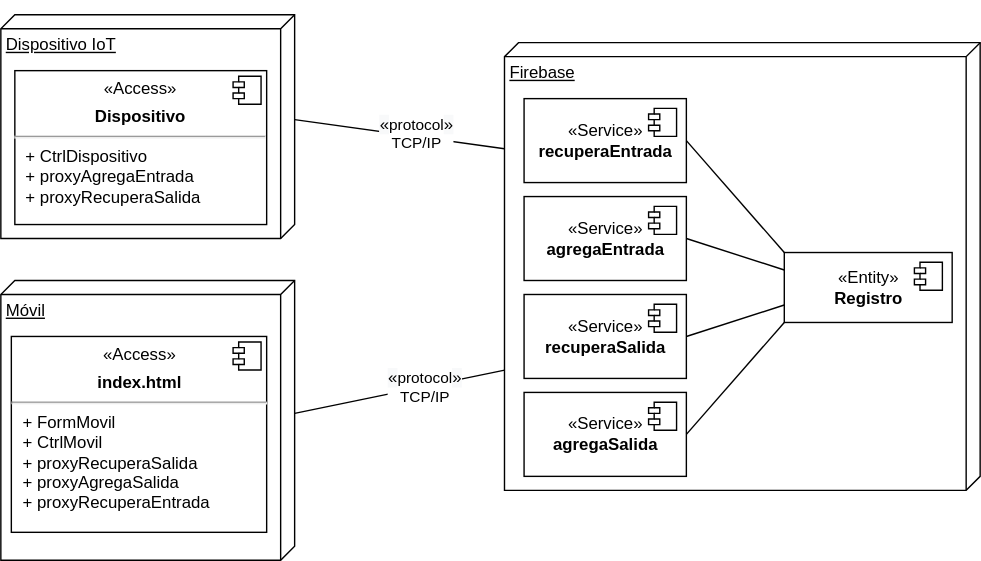
Earlier version of the draw.io export f_iot/img/despliegue_iot.svg (gilpgdm/gilpgdm.github.io). Source tidied: cells renumbered, new cells last; positions are measured from the earlier drawing's top-left corner, leaving out a move shared by most shapes.
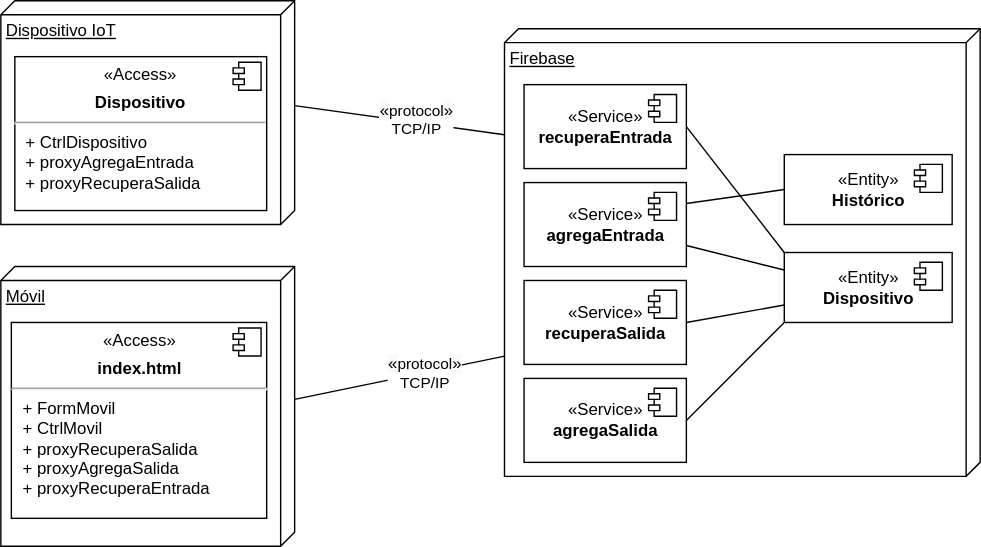
After the change.

What changed in the source:
```diff
@@ -44,17 +44,14 @@
         <mxPoint x="-24" y="4" as="offset" />
       </mxGeometry>
     </mxCell>
-    <mxCell id="14" style="group;" parent="1" vertex="1">
-      <mxGeometry x="360" width="340" height="390" as="geometry" />
-    </mxCell>
-    <mxCell id="15" style="edgeStyle=orthogonalEdgeStyle;rounded=0;orthogonalLoop=1;jettySize=auto;html=1;exitX=0.5;exitY=1;exitDx=0;exitDy=0;" parent="14" edge="1">
-      <mxGeometry relative="1" as="geometry">
-        <mxPoint x="72" y="380" as="sourcePoint" />
-        <mxPoint x="72" y="380" as="targetPoint" />
+    <mxCell id="15" style="edgeStyle=orthogonalEdgeStyle;rounded=0;orthogonalLoop=1;jettySize=auto;html=1;exitX=0.5;exitY=1;exitDx=0;exitDy=0;" parent="1" edge="1">
+      <mxGeometry x="380" as="geometry">
+        <mxPoint x="432" y="380" as="sourcePoint" />
+        <mxPoint x="432" y="380" as="targetPoint" />
       </mxGeometry>
     </mxCell>
-    <mxCell id="16" style="group;" parent="14" vertex="1">
-      <mxGeometry y="30" width="340" height="320" as="geometry" />
+    <mxCell id="16" style="group;" parent="1" vertex="1">
+      <mxGeometry x="360" y="30" width="340" height="320" as="geometry" />
     </mxCell>
     <mxCell id="17" value="Firebase" style="verticalAlign=top;align=left;spacingTop=8;spacingLeft=2;spacingRight=12;shape=cube;size=10;direction=south;fontStyle=4;html=1;" parent="16" vertex="1">
       <mxGeometry width="340" height="320" as="geometry" />
@@ -75,8 +72,8 @@
         <mxPoint x="-27" y="7" as="offset" />
       </mxGeometry>
     </mxCell>
-    <mxCell id="22" value="«Entity»&lt;br&gt;&lt;b&gt;Registro&lt;/b&gt;" style="html=1;" parent="16" vertex="1">
-      <mxGeometry x="200" y="150" width="120" height="50" as="geometry" />
+    <mxCell id="22" value="«Entity»&lt;br&gt;&lt;b&gt;Dispositivo&lt;/b&gt;" style="html=1;" parent="16" vertex="1">
+      <mxGeometry x="200" y="160" width="120" height="50" as="geometry" />
     </mxCell>
     <mxCell id="23" style="shape=module;jettyWidth=8;jettyHeight=4;" parent="22" vertex="1">
       <mxGeometry x="1" width="20" height="20" relative="1" as="geometry">
@@ -104,7 +101,7 @@
         <mxPoint x="130" y="210" as="sourcePoint" />
       </mxGeometry>
     </mxCell>
-    <mxCell id="29" style="endArrow=none;html=1;entryX=0;entryY=0.25;entryDx=0;entryDy=0;exitX=1;exitY=0.5;exitDx=0;exitDy=0;" parent="16" edge="1" source="18" target="22">
+    <mxCell id="29" style="endArrow=none;html=1;entryX=0;entryY=0.25;entryDx=0;entryDy=0;exitX=1;exitY=0.75;exitDx=0;exitDy=0;" parent="16" edge="1" source="18" target="22">
       <mxGeometry relative="1" as="geometry" />
     </mxCell>
     <mxCell id="30" style="endArrow=none;html=1;entryX=0;entryY=1;entryDx=0;entryDy=0;exitX=1;exitY=0.5;exitDx=0;exitDy=0;" parent="16" edge="1" source="26" target="22">
@@ -113,5 +110,16 @@
     <mxCell id="31" style="endArrow=none;html=1;entryX=0;entryY=0;entryDx=0;entryDy=0;exitX=1;exitY=0.5;exitDx=0;exitDy=0;" parent="16" edge="1" source="24" target="22">
       <mxGeometry relative="1" as="geometry" />
     </mxCell>
+    <mxCell id="32" value="«Entity»&lt;br&gt;&lt;b&gt;Histórico&lt;/b&gt;" style="html=1;" parent="16" vertex="1">
+      <mxGeometry x="200" y="90" width="120" height="50" as="geometry" />
+    </mxCell>
+    <mxCell id="33" style="shape=module;jettyWidth=8;jettyHeight=4;" parent="32" vertex="1">
+      <mxGeometry x="1" width="20" height="20" relative="1" as="geometry">
+        <mxPoint x="-27" y="7" as="offset" />
+      </mxGeometry>
+    </mxCell>
+    <mxCell id="34" style="endArrow=none;html=1;entryX=0;entryY=0.5;entryDx=0;entryDy=0;exitX=1;exitY=0.25;exitDx=0;exitDy=0;" parent="16" edge="1" source="18" target="32">
+      <mxGeometry relative="1" as="geometry" />
+    </mxCell>
   </root>
 </mxGraphModel>
```
